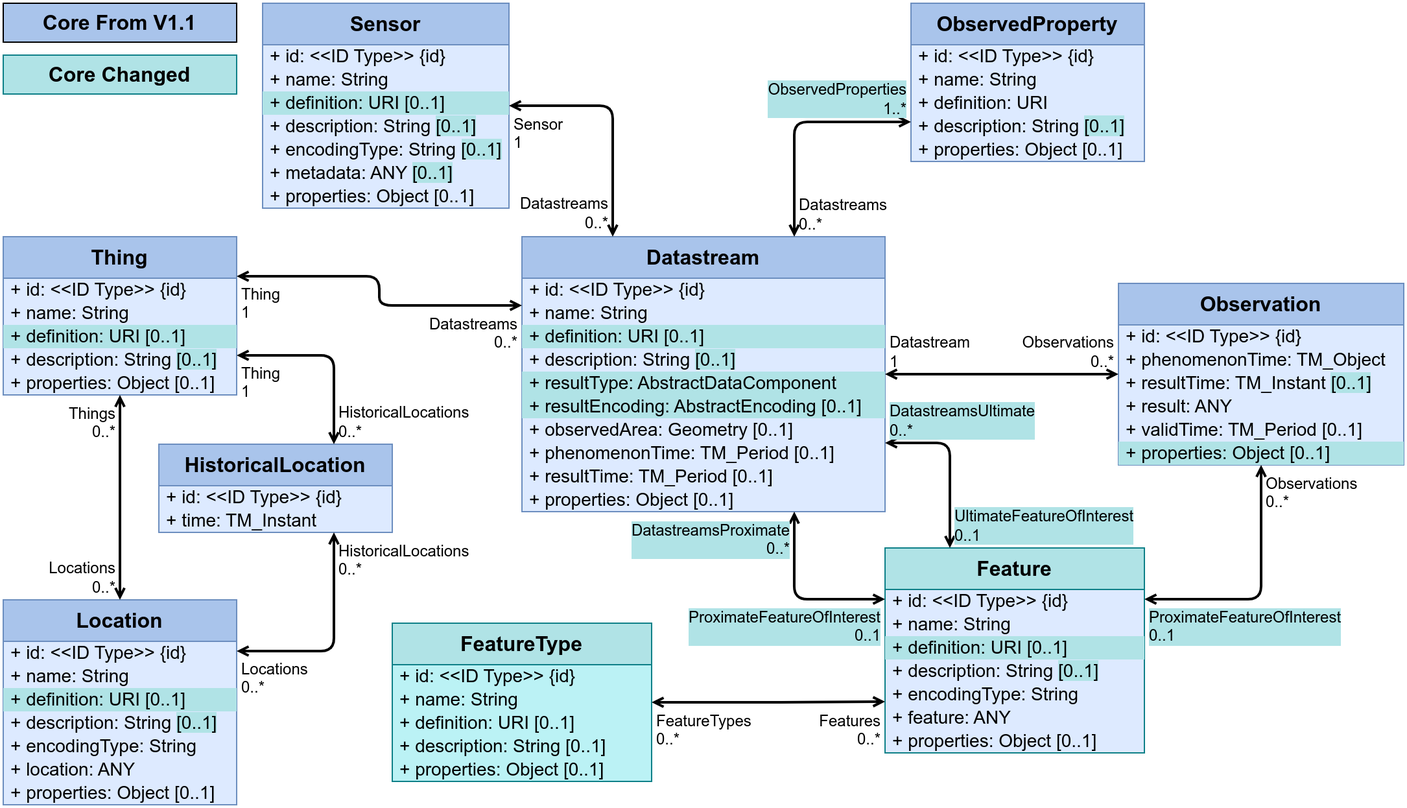
Above: figures/Datamodel-SensorThingsApi-V2-Core-changed.drawio.png in opengeospatial/sensorthings (draw.io), before the change. Source tidied: cells renumbered, new cells last; positions are measured from the earlier drawing's top-left corner, leaving out a move shared by most shapes.
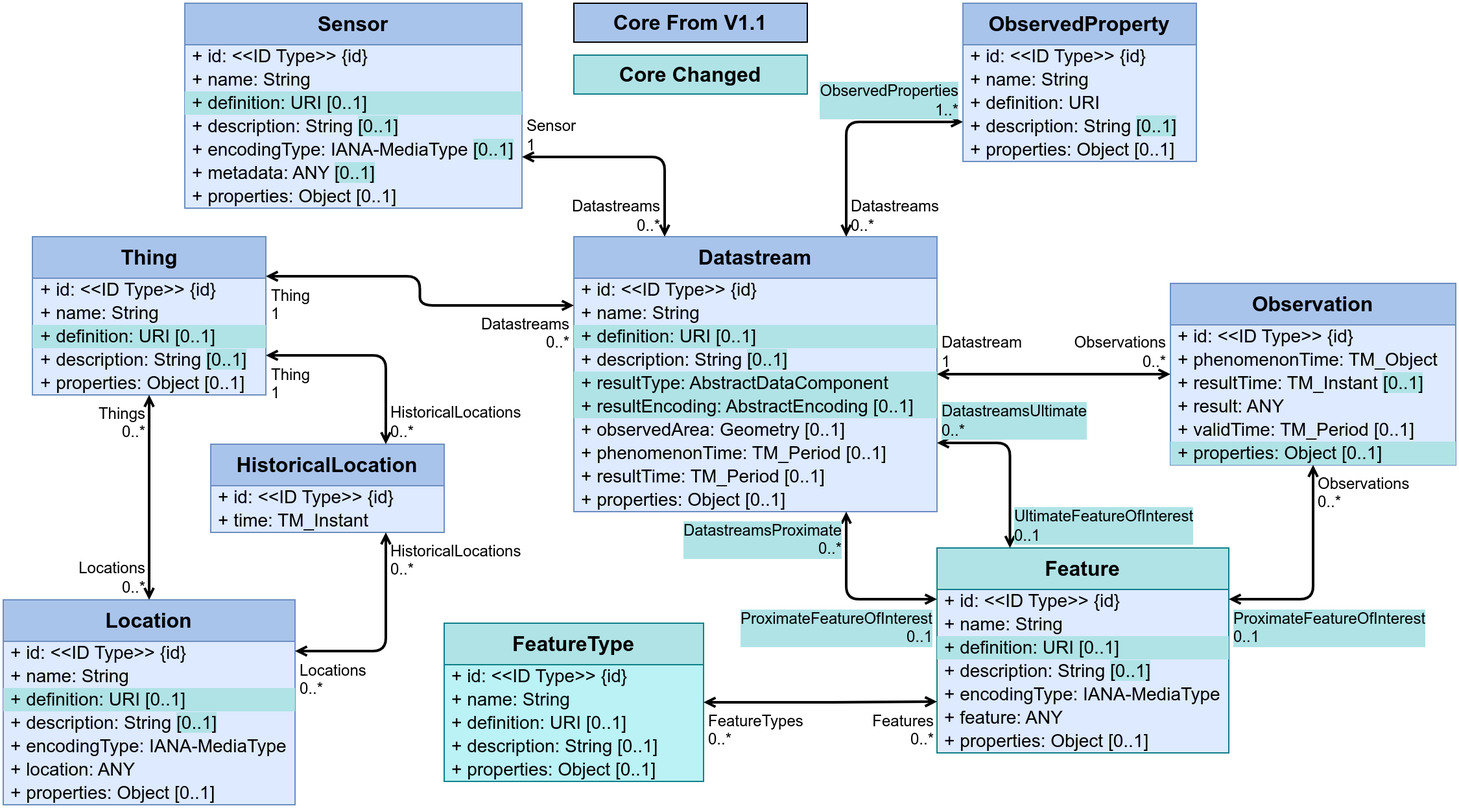
The same diagram one commit later.

Commit message:
Updated encodingTypes in diagrams

Diff of the diagram source:
```diff
@@ -36,28 +36,28 @@
       <mxGeometry y="194" width="280" height="18" as="geometry" />
     </mxCell>
     <mxCell id="13" value="Feature" style="swimlane;fontStyle=1;horizontal=1;startSize=32;fontSize=16;whiteSpace=wrap;html=1;fillColor=#b0e3e6;strokeColor=#0e8088;swimlaneFillColor=#DDEAFF;verticalAlign=top;" parent="1" vertex="1">
-      <mxGeometry x="680" y="420" width="200" height="158" as="geometry" />
+      <mxGeometry x="680" y="420" width="225" height="158" as="geometry" />
     </mxCell>
     <mxCell id="14" value="+&amp;nbsp;id: &amp;lt;&amp;lt;ID Type&amp;gt;&amp;gt;&amp;nbsp;{id}" style="text;strokeColor=none;fillColor=none;align=left;verticalAlign=middle;spacingLeft=4;spacingRight=4;overflow=visible;html=1;fontSize=14;" parent="13" vertex="1">
-      <mxGeometry y="32" width="200" height="18" as="geometry" />
+      <mxGeometry y="32" width="225" height="18" as="geometry" />
     </mxCell>
     <mxCell id="15" value="+ name: String" style="text;strokeColor=none;fillColor=none;align=left;verticalAlign=middle;spacingLeft=4;spacingRight=4;overflow=visible;html=1;fontSize=14;" parent="13" vertex="1">
-      <mxGeometry y="50" width="200" height="18" as="geometry" />
+      <mxGeometry y="50" width="225" height="18" as="geometry" />
     </mxCell>
     <mxCell id="16" value="+&amp;nbsp;definition: URI&amp;nbsp;[0..1]" style="text;strokeColor=none;fillColor=#B0E3E6;align=left;verticalAlign=middle;spacingLeft=4;spacingRight=4;overflow=visible;html=1;fontSize=14;" parent="13" vertex="1">
-      <mxGeometry y="68" width="200" height="18" as="geometry" />
+      <mxGeometry y="68" width="225" height="18" as="geometry" />
     </mxCell>
     <mxCell id="17" value="+ description: String&amp;nbsp;&lt;span style=&quot;background-color: rgb(176, 227, 230);&quot;&gt;[0..1]&lt;/span&gt;" style="text;strokeColor=none;fillColor=none;align=left;verticalAlign=middle;spacingLeft=4;spacingRight=4;overflow=visible;html=1;fontSize=14;" parent="13" vertex="1">
-      <mxGeometry y="86" width="200" height="18" as="geometry" />
+      <mxGeometry y="86" width="225" height="18" as="geometry" />
     </mxCell>
-    <mxCell id="18" value="+ encodingType: String" style="text;strokeColor=none;fillColor=none;align=left;verticalAlign=middle;spacingLeft=4;spacingRight=4;overflow=visible;html=1;fontSize=14;" parent="13" vertex="1">
-      <mxGeometry y="104" width="200" height="18" as="geometry" />
+    <mxCell id="18" value="+ encodingType:&amp;nbsp;IANA-MediaType" style="text;strokeColor=none;fillColor=none;align=left;verticalAlign=middle;spacingLeft=4;spacingRight=4;overflow=visible;html=1;fontSize=14;" parent="13" vertex="1">
+      <mxGeometry y="104" width="225" height="18" as="geometry" />
     </mxCell>
     <mxCell id="19" value="+ feature: ANY" style="text;strokeColor=none;fillColor=none;align=left;verticalAlign=middle;spacingLeft=4;spacingRight=4;overflow=visible;html=1;fontSize=14;" parent="13" vertex="1">
-      <mxGeometry y="122" width="200" height="18" as="geometry" />
+      <mxGeometry y="122" width="225" height="18" as="geometry" />
     </mxCell>
     <mxCell id="20" value="+ properties: Object&amp;nbsp;[0..1]" style="text;strokeColor=none;fillColor=none;align=left;verticalAlign=middle;spacingLeft=4;spacingRight=4;overflow=visible;html=1;fontSize=14;" parent="13" vertex="1">
-      <mxGeometry y="140" width="200" height="18" as="geometry" />
+      <mxGeometry y="140" width="225" height="18" as="geometry" />
     </mxCell>
     <mxCell id="21" style="endArrow=open;startArrow=open;html=1;rounded=1;exitX=0;exitY=0.25;exitDx=0;exitDy=0;edgeStyle=orthogonalEdgeStyle;entryX=0.75;entryY=1;entryDx=0;entryDy=0;curved=0;strokeWidth=2;startFill=0;endFill=0;endSize=5;startSize=5;" parent="1" edge="1" source="13" target="2">
       <mxGeometry relative="1" as="geometry" />
@@ -105,28 +105,28 @@
       <mxGeometry y="50" width="180" height="18" as="geometry" />
     </mxCell>
     <mxCell id="36" value="Location" style="swimlane;fontStyle=1;horizontal=1;startSize=32;fontSize=16;whiteSpace=wrap;html=1;fillColor=#A9C4EB;strokeColor=#6c8ebf;swimlaneFillColor=#DDEAFF;verticalAlign=top;" parent="1" vertex="1">
-      <mxGeometry y="460" width="180" height="158" as="geometry" />
+      <mxGeometry x="-40" y="460" width="225" height="158" as="geometry" />
     </mxCell>
     <mxCell id="37" value="+&amp;nbsp;id: &amp;lt;&amp;lt;ID Type&amp;gt;&amp;gt;&amp;nbsp;{id}" style="text;strokeColor=none;fillColor=none;align=left;verticalAlign=middle;spacingLeft=4;spacingRight=4;overflow=visible;html=1;fontSize=14;" parent="36" vertex="1">
-      <mxGeometry y="32" width="180" height="18" as="geometry" />
+      <mxGeometry y="32" width="225" height="18" as="geometry" />
     </mxCell>
     <mxCell id="38" value="+ name: String" style="text;strokeColor=none;fillColor=none;align=left;verticalAlign=middle;spacingLeft=4;spacingRight=4;overflow=visible;html=1;fontSize=14;" parent="36" vertex="1">
-      <mxGeometry y="50" width="180" height="18" as="geometry" />
+      <mxGeometry y="50" width="225" height="18" as="geometry" />
     </mxCell>
     <mxCell id="39" value="+&amp;nbsp;definition: URI&amp;nbsp;[0..1]" style="text;strokeColor=none;fillColor=#B0E3E6;align=left;verticalAlign=middle;spacingLeft=4;spacingRight=4;overflow=visible;html=1;fontSize=14;" parent="36" vertex="1">
-      <mxGeometry y="68" width="180" height="18" as="geometry" />
+      <mxGeometry y="68" width="225" height="18" as="geometry" />
     </mxCell>
     <mxCell id="40" value="+ description: String&amp;nbsp;&lt;span style=&quot;background-color: rgb(176, 227, 230);&quot;&gt;[0..1]&lt;/span&gt;" style="text;strokeColor=none;fillColor=none;align=left;verticalAlign=middle;spacingLeft=4;spacingRight=4;overflow=visible;html=1;fontSize=14;" parent="36" vertex="1">
-      <mxGeometry y="86" width="180" height="18" as="geometry" />
+      <mxGeometry y="86" width="225" height="18" as="geometry" />
     </mxCell>
-    <mxCell id="41" value="+ encodingType: String" style="text;strokeColor=none;fillColor=none;align=left;verticalAlign=middle;spacingLeft=4;spacingRight=4;overflow=visible;html=1;fontSize=14;" parent="36" vertex="1">
-      <mxGeometry y="104" width="180" height="18" as="geometry" />
+    <mxCell id="41" value="+ encodingType:&amp;nbsp;IANA-MediaType" style="text;strokeColor=none;fillColor=none;align=left;verticalAlign=middle;spacingLeft=4;spacingRight=4;overflow=visible;html=1;fontSize=14;" parent="36" vertex="1">
+      <mxGeometry y="104" width="225" height="18" as="geometry" />
     </mxCell>
     <mxCell id="42" value="+ location: ANY" style="text;strokeColor=none;fillColor=none;align=left;verticalAlign=middle;spacingLeft=4;spacingRight=4;overflow=visible;html=1;fontSize=14;" parent="36" vertex="1">
-      <mxGeometry y="122" width="180" height="18" as="geometry" />
+      <mxGeometry y="122" width="225" height="18" as="geometry" />
     </mxCell>
     <mxCell id="43" value="+&amp;nbsp;properties: Object&amp;nbsp;[0..1]" style="text;strokeColor=none;fillColor=none;align=left;verticalAlign=middle;spacingLeft=4;spacingRight=4;overflow=visible;html=1;fontSize=14;" parent="36" vertex="1">
-      <mxGeometry y="140" width="180" height="18" as="geometry" />
+      <mxGeometry y="140" width="225" height="18" as="geometry" />
     </mxCell>
     <mxCell id="44" style="endArrow=open;startArrow=open;html=1;rounded=1;entryX=0.75;entryY=1;entryDx=0;entryDy=0;edgeStyle=orthogonalEdgeStyle;exitX=1;exitY=0.25;exitDx=0;exitDy=0;strokeWidth=2;curved=0;startFill=0;endFill=0;endSize=5;startSize=5;" parent="1" edge="1" source="36" target="33">
       <mxGeometry relative="1" as="geometry" />
@@ -204,40 +204,40 @@
       <mxGeometry x="1" relative="1" as="geometry" />
     </mxCell>
     <mxCell id="69" value="Sensor" style="swimlane;fontStyle=1;horizontal=1;startSize=32;fontSize=16;whiteSpace=wrap;html=1;fillColor=#A9C4EB;strokeColor=#6c8ebf;swimlaneFillColor=#DDEAFF;verticalAlign=top;" parent="1" vertex="1">
-      <mxGeometry x="200" width="190" height="158" as="geometry" />
+      <mxGeometry x="100" width="260" height="158" as="geometry" />
     </mxCell>
     <mxCell id="70" value="+&amp;nbsp;id: &amp;lt;&amp;lt;ID Type&amp;gt;&amp;gt;&amp;nbsp;{id}" style="text;strokeColor=none;fillColor=none;align=left;verticalAlign=middle;spacingLeft=4;spacingRight=4;overflow=visible;html=1;fontSize=14;" parent="69" vertex="1">
-      <mxGeometry y="32" width="190" height="18" as="geometry" />
+      <mxGeometry y="32" width="260" height="18" as="geometry" />
     </mxCell>
     <mxCell id="71" value="+ name: String" style="text;strokeColor=none;fillColor=none;align=left;verticalAlign=middle;spacingLeft=4;spacingRight=4;overflow=visible;html=1;fontSize=14;" parent="69" vertex="1">
-      <mxGeometry y="50" width="190" height="18" as="geometry" />
+      <mxGeometry y="50" width="260" height="18" as="geometry" />
     </mxCell>
     <mxCell id="72" value="+&amp;nbsp;definition: URI&amp;nbsp;[0..1]" style="text;strokeColor=none;fillColor=#B0E3E6;align=left;verticalAlign=middle;spacingLeft=4;spacingRight=4;overflow=visible;html=1;fontSize=14;" parent="69" vertex="1">
-      <mxGeometry y="68" width="190" height="18" as="geometry" />
+      <mxGeometry y="68" width="260" height="18" as="geometry" />
     </mxCell>
     <mxCell id="73" value="+&amp;nbsp;description: String&amp;nbsp;&lt;span style=&quot;background-color: rgb(176, 227, 230);&quot;&gt;[0..1]&lt;/span&gt;" style="text;strokeColor=none;fillColor=none;align=left;verticalAlign=middle;spacingLeft=4;spacingRight=4;overflow=visible;html=1;fontSize=14;" parent="69" vertex="1">
-      <mxGeometry y="86" width="190" height="18" as="geometry" />
+      <mxGeometry y="86" width="260" height="18" as="geometry" />
     </mxCell>
-    <mxCell id="74" value="+ encodingType: String&amp;nbsp;&lt;span style=&quot;background-color: rgb(176, 227, 230);&quot;&gt;[0..1]&lt;/span&gt;" style="text;strokeColor=none;fillColor=none;align=left;verticalAlign=middle;spacingLeft=4;spacingRight=4;overflow=visible;html=1;fontSize=14;" parent="69" vertex="1">
-      <mxGeometry y="104" width="190" height="18" as="geometry" />
+    <mxCell id="74" value="+ encodingType:&amp;nbsp;IANA-MediaType&lt;span style=&quot;background-color: initial;&quot;&gt;&amp;nbsp;&lt;/span&gt;&lt;span style=&quot;background-color: rgb(176, 227, 230);&quot;&gt;[0..1]&lt;/span&gt;" style="text;strokeColor=none;fillColor=none;align=left;verticalAlign=middle;spacingLeft=4;spacingRight=4;overflow=visible;html=1;fontSize=14;" parent="69" vertex="1">
+      <mxGeometry y="104" width="260" height="18" as="geometry" />
     </mxCell>
     <mxCell id="75" value="+ metadata: ANY&amp;nbsp;&lt;span style=&quot;background-color: rgb(176, 227, 230);&quot;&gt;[0..1]&lt;/span&gt;" style="text;strokeColor=none;fillColor=none;align=left;verticalAlign=middle;spacingLeft=4;spacingRight=4;overflow=visible;html=1;fontSize=14;" parent="69" vertex="1">
-      <mxGeometry y="122" width="190" height="18" as="geometry" />
+      <mxGeometry y="122" width="260" height="18" as="geometry" />
     </mxCell>
     <mxCell id="76" value="+&amp;nbsp;properties: Object&amp;nbsp;[0..1]" style="text;strokeColor=none;fillColor=none;align=left;verticalAlign=middle;spacingLeft=4;spacingRight=4;overflow=visible;html=1;fontSize=14;" parent="69" vertex="1">
-      <mxGeometry y="140" width="190" height="18" as="geometry" />
+      <mxGeometry y="140" width="260" height="18" as="geometry" />
     </mxCell>
-    <mxCell id="77" style="endArrow=open;startArrow=open;html=1;rounded=1;entryX=0.25;entryY=0;entryDx=0;entryDy=0;edgeStyle=orthogonalEdgeStyle;exitX=1;exitY=0.5;exitDx=0;exitDy=0;curved=0;strokeWidth=2;startFill=0;endFill=0;endSize=5;startSize=5;" parent="1" edge="1" source="69" target="2">
+    <mxCell id="77" style="endArrow=open;startArrow=open;html=1;rounded=1;entryX=0.25;entryY=0;entryDx=0;entryDy=0;edgeStyle=orthogonalEdgeStyle;exitX=1;exitY=0.75;exitDx=0;exitDy=0;curved=0;strokeWidth=2;startFill=0;endFill=0;endSize=5;startSize=5;" parent="1" edge="1" source="69" target="2">
       <mxGeometry relative="1" as="geometry" />
     </mxCell>
-    <mxCell id="78" value="Sensor&lt;br&gt;1" style="edgeLabel;html=1;align=left;verticalAlign=top;labelBackgroundColor=none;fontSize=12;spacingLeft=1;spacing=3;spacingRight=2;" parent="77" vertex="1">
+    <mxCell id="78" value="Sensor&lt;br&gt;1" style="edgeLabel;html=1;align=left;verticalAlign=bottom;labelBackgroundColor=none;fontSize=12;spacingLeft=1;spacing=3;spacingRight=2;" parent="77" vertex="1">
       <mxGeometry x="-1" relative="1" as="geometry" />
     </mxCell>
     <mxCell id="79" value="Datastreams&lt;br&gt;0..*" style="edgeLabel;html=1;align=right;verticalAlign=bottom;labelBackgroundColor=none;fontSize=12;spacingLeft=1;spacing=3;spacingRight=2;" parent="77" vertex="1">
       <mxGeometry x="1" relative="1" as="geometry" />
     </mxCell>
     <mxCell id="80" value="Thing" style="swimlane;fontStyle=1;horizontal=1;startSize=32;fontSize=16;whiteSpace=wrap;html=1;fillColor=#A9C4EB;strokeColor=#6c8ebf;swimlaneFillColor=#DDEAFF;verticalAlign=top;" parent="1" vertex="1">
-      <mxGeometry y="180" width="180" height="122" as="geometry" />
+      <mxGeometry x="-17.5" y="180" width="180" height="122" as="geometry" />
     </mxCell>
     <mxCell id="81" value="+&amp;nbsp;id: &amp;lt;&amp;lt;ID Type&amp;gt;&amp;gt;&amp;nbsp;{id}" style="text;strokeColor=none;fillColor=none;align=left;verticalAlign=middle;spacingLeft=4;spacingRight=4;overflow=visible;html=1;fontSize=14;" parent="80" vertex="1">
       <mxGeometry y="32" width="180" height="18" as="geometry" />
@@ -282,10 +282,10 @@
       <mxGeometry x="1" relative="1" as="geometry" />
     </mxCell>
     <mxCell id="95" value="Core Changed" style="rounded=0;whiteSpace=wrap;html=1;labelBackgroundColor=none;fillColor=#b0e3e6;strokeColor=#0e8088;fontStyle=1;fontSize=16;" parent="1" vertex="1">
-      <mxGeometry y="40" width="180" height="30" as="geometry" />
+      <mxGeometry x="400" y="40" width="180" height="30" as="geometry" />
     </mxCell>
     <mxCell id="96" value="Core From V1.1" style="rounded=0;whiteSpace=wrap;html=1;labelBackgroundColor=none;fillColor=#A9C4EB;strokeColor=default;fontStyle=1;fontSize=16;" parent="1" vertex="1">
-      <mxGeometry width="180" height="30" as="geometry" />
+      <mxGeometry x="400" width="180" height="30" as="geometry" />
     </mxCell>
     <mxCell id="97" style="endArrow=open;startArrow=open;html=1;rounded=1;exitX=0.25;exitY=0;exitDx=0;exitDy=0;edgeStyle=orthogonalEdgeStyle;entryX=1;entryY=0.75;entryDx=0;entryDy=0;curved=0;strokeWidth=2;startFill=0;endFill=0;endSize=5;startSize=5;" parent="1" edge="1" source="13" target="2">
       <mxGeometry relative="1" as="geometry" />
```
